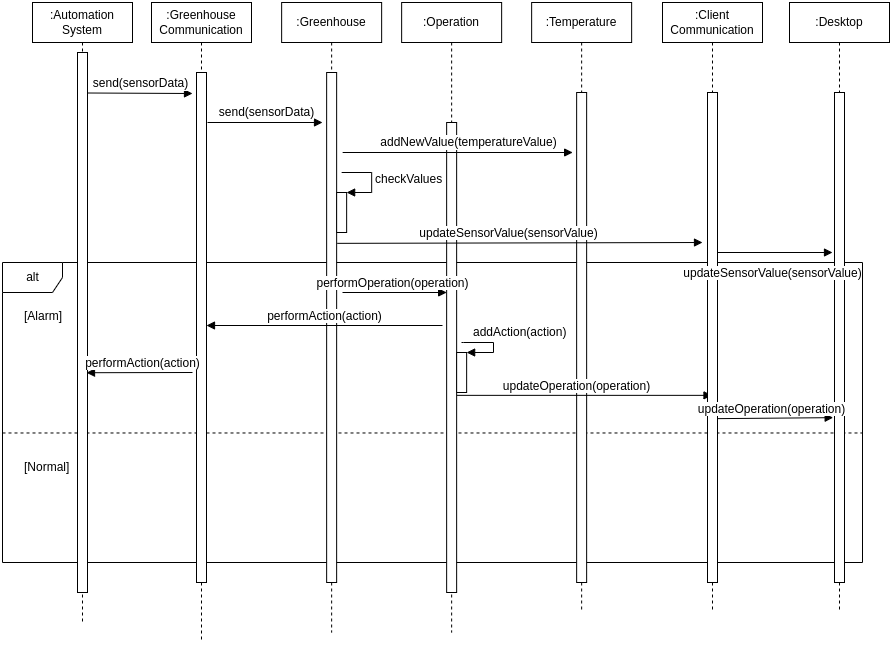
The draw.io diagram docs/design/img/interazioni_automatica.png in SmartGreenhouse-PC/Report, before a commit. Source tidied: cells renumbered, new cells last; positions are measured from the earlier drawing's top-left corner, leaving out a move shared by most shapes.
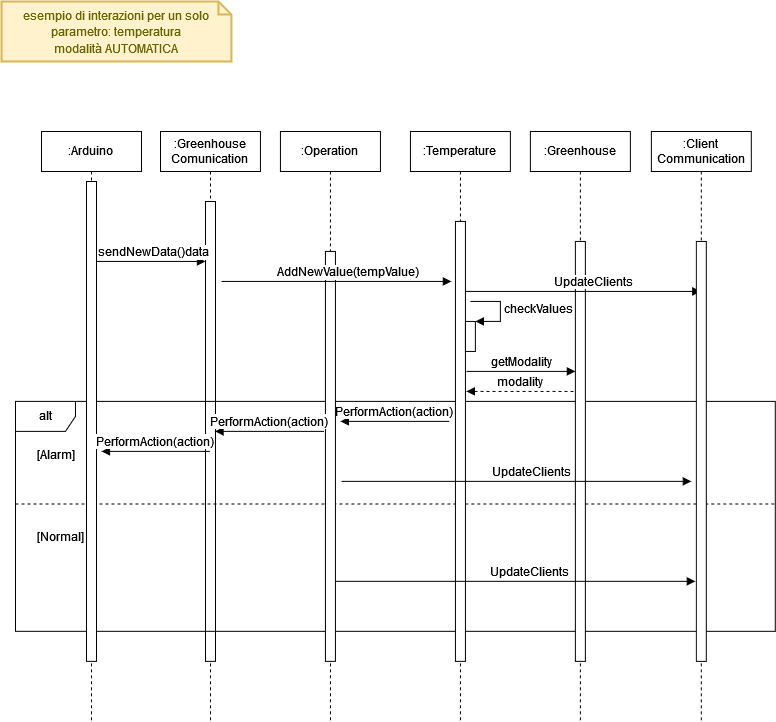
After the commit.

What changed in the source:
```diff
@@ -2,156 +2,133 @@
   <root>
     <mxCell id="0" />
     <mxCell id="1" parent="0" />
-    <mxCell id="2" value="alt" style="shape=umlFrame;tabWidth=110;tabHeight=30;tabPosition=left;html=1;boundedLbl=1;labelInHeader=1;width=60;height=30;fontSize=12;" parent="1" vertex="1">
-      <mxGeometry y="260" width="860" height="300" as="geometry" />
+    <mxCell id="2" value="&lt;div&gt;:Greenhouse&lt;/div&gt;&lt;div&gt;Comunication&lt;/div&gt;" style="shape=umlLifeline;perimeter=lifelinePerimeter;whiteSpace=wrap;html=1;outlineConnect=0;fontSize=12;" parent="1" vertex="1">
+      <mxGeometry x="239" y="-1670" width="100" height="590" as="geometry" />
     </mxCell>
-    <mxCell id="3" value="[Alarm]" style="text;fontSize=12;" parent="2" vertex="1">
-      <mxGeometry width="100" height="20" relative="1" as="geometry">
-        <mxPoint x="20" y="40" as="offset" />
-      </mxGeometry>
+    <mxCell id="3" style="html=1;points=[];perimeter=orthogonalPerimeter;fontSize=12;" parent="2" vertex="1">
+      <mxGeometry x="45" y="70" width="10" height="460" as="geometry" />
     </mxCell>
-    <mxCell id="4" value="[Normal]" style="line;strokeWidth=1;dashed=1;labelPosition=center;verticalLabelPosition=bottom;align=left;verticalAlign=top;spacingLeft=20;spacingTop=15;fontSize=12;" parent="2" vertex="1">
-      <mxGeometry y="164.5" width="860" height="12" as="geometry" />
+    <mxCell id="4" value="alt" style="shape=umlFrame;tabWidth=110;tabHeight=30;tabPosition=left;html=1;boundedLbl=1;labelInHeader=1;width=60;height=30;fontSize=12;" parent="1" vertex="1">
+      <mxGeometry x="94" y="-1400" width="760" height="230" as="geometry" />
     </mxCell>
-    <mxCell id="5" value="addAction(action)" style="edgeStyle=orthogonalEdgeStyle;html=1;align=left;spacingLeft=2;endArrow=block;rounded=0;entryX=1;entryY=0;fontSize=12;" parent="2" edge="1" target="11">
-      <mxGeometry x="-0.76" y="10" relative="1" as="geometry">
-        <mxPoint x="459" y="80" as="sourcePoint" />
-        <Array as="points">
-          <mxPoint x="461" y="80" />
-          <mxPoint x="491" y="80" />
-          <mxPoint x="491" y="90" />
-        </Array>
+    <mxCell id="5" value="[Alarm]" style="text;fontSize=12;" parent="4" vertex="1">
+      <mxGeometry width="100" height="20" relative="1" as="geometry">
+        <mxPoint x="20" y="40" as="offset" />
       </mxGeometry>
     </mxCell>
-    <mxCell id="6" value=":Temperature" style="shape=umlLifeline;perimeter=lifelinePerimeter;whiteSpace=wrap;html=1;fontSize=12;" parent="1" vertex="1">
-      <mxGeometry x="529.1" width="100" height="610" as="geometry" />
+    <mxCell id="6" value="[Normal]" style="line;strokeWidth=1;dashed=1;labelPosition=center;verticalLabelPosition=bottom;align=left;verticalAlign=top;spacingLeft=20;spacingTop=15;fontSize=12;" parent="4" vertex="1">
+      <mxGeometry y="98" width="760" height="9.2" as="geometry" />
     </mxCell>
-    <mxCell id="7" style="html=1;perimeter=orthogonalPerimeter;fontSize=12;" parent="6" vertex="1">
-      <mxGeometry x="45" y="90" width="10" height="490" as="geometry" />
+    <mxCell id="7" value=":Greenhouse" style="shape=umlLifeline;perimeter=lifelinePerimeter;whiteSpace=wrap;html=1;fontSize=12;" parent="1" vertex="1">
+      <mxGeometry x="609" y="-1670" width="100" height="590" as="geometry" />
     </mxCell>
-    <mxCell id="8" value="updateOperation(operation)" style="html=1;verticalAlign=bottom;endArrow=block;rounded=0;fontSize=12;exitX=1.053;exitY=0.335;exitDx=0;exitDy=0;exitPerimeter=0;" parent="6" edge="1">
-      <mxGeometry x="-0.06" relative="1" as="geometry">
-        <mxPoint x="-75" y="392.9" as="sourcePoint" />
-        <mxPoint x="180.4" y="392.9" as="targetPoint" />
-      </mxGeometry>
+    <mxCell id="8" style="html=1;perimeter=orthogonalPerimeter;fontSize=12;" parent="7" vertex="1">
+      <mxGeometry x="45" y="110" width="10" height="420" as="geometry" />
     </mxCell>
-    <mxCell id="9" value=":Operation" style="shape=umlLifeline;perimeter=lifelinePerimeter;whiteSpace=wrap;html=1;fontSize=12;" parent="1" vertex="1">
-      <mxGeometry x="399.1" width="100" height="630" as="geometry" />
+    <mxCell id="9" value="getModality" style="html=1;verticalAlign=bottom;endArrow=none;rounded=0;fontSize=12;startArrow=block;startFill=1;endFill=0;" parent="7" edge="1">
+      <mxGeometry relative="1" as="geometry">
+        <mxPoint x="45" y="240" as="sourcePoint" />
+        <mxPoint x="-64" y="240" as="targetPoint" />
+      </mxGeometry>
     </mxCell>
-    <mxCell id="10" style="html=1;points=[];perimeter=orthogonalPerimeter;fontSize=12;" parent="9" vertex="1">
-      <mxGeometry x="45" y="120" width="10" height="470" as="geometry" />
+    <mxCell id="10" value="modality" style="html=1;verticalAlign=bottom;endArrow=none;rounded=0;fontSize=12;startArrow=block;startFill=1;endFill=0;dashed=1;" parent="7" edge="1">
+      <mxGeometry relative="1" as="geometry">
+        <mxPoint x="-64" y="260" as="sourcePoint" />
+        <mxPoint x="45" y="260" as="targetPoint" />
+      </mxGeometry>
     </mxCell>
-    <mxCell id="11" style="html=1;points=[];perimeter=orthogonalPerimeter;fontSize=12;" parent="9" vertex="1">
-      <mxGeometry x="55" y="350" width="10" height="40" as="geometry" />
+    <mxCell id="11" value=":Arduino" style="shape=umlLifeline;perimeter=lifelinePerimeter;whiteSpace=wrap;html=1;outlineConnect=0;fontSize=12;" parent="1" vertex="1">
+      <mxGeometry x="120" y="-1670" width="100" height="590" as="geometry" />
     </mxCell>
-    <mxCell id="12" value=":Greenhouse" style="shape=umlLifeline;perimeter=lifelinePerimeter;whiteSpace=wrap;html=1;fontSize=12;" parent="1" vertex="1">
-      <mxGeometry x="279.1" width="100" height="630" as="geometry" />
+    <mxCell id="12" style="html=1;perimeter=orthogonalPerimeter;fontSize=12;" parent="11" vertex="1">
+      <mxGeometry x="45" y="50" width="10" height="480" as="geometry" />
     </mxCell>
-    <mxCell id="13" style="html=1;points=[];perimeter=orthogonalPerimeter;fontSize=12;" parent="12" vertex="1">
-      <mxGeometry x="45" y="70" width="10" height="510" as="geometry" />
+    <mxCell id="13" style="html=1;verticalAlign=bottom;labelBackgroundColor=none;endArrow=block;endFill=1;rounded=0;fontSize=12;" parent="11" edge="1" target="3">
+      <mxGeometry relative="1" as="geometry">
+        <mxPoint x="55" y="130" as="sourcePoint" />
+      </mxGeometry>
     </mxCell>
-    <mxCell id="14" style="html=1;points=[];perimeter=orthogonalPerimeter;fontSize=12;" parent="12" vertex="1">
-      <mxGeometry x="55" y="190" width="10" height="40" as="geometry" />
+    <mxCell id="14" value="sendNewData()data" style="edgeLabel;html=1;align=center;verticalAlign=middle;points=[];fontSize=12;" parent="13" vertex="1">
+      <mxGeometry x="0.16" relative="1" as="geometry">
+        <mxPoint x="-8" y="-10" as="offset" />
+      </mxGeometry>
     </mxCell>
-    <mxCell id="15" value="checkValues" style="edgeStyle=orthogonalEdgeStyle;html=1;align=left;spacingLeft=2;endArrow=block;rounded=0;entryX=1;entryY=0;fontSize=12;" parent="12" edge="1" target="14">
+    <mxCell id="15" value="PerformAction(action)" style="html=1;verticalAlign=bottom;endArrow=none;rounded=0;fontSize=12;startArrow=block;startFill=1;endFill=0;" parent="11" edge="1" target="2">
       <mxGeometry relative="1" as="geometry">
-        <mxPoint x="60" y="170" as="sourcePoint" />
-        <Array as="points">
-          <mxPoint x="90" y="170" />
-        </Array>
+        <mxPoint x="60" y="320" as="sourcePoint" />
       </mxGeometry>
     </mxCell>
-    <mxCell id="16" value="&lt;div&gt;:Automation&lt;/div&gt;&lt;div&gt;System&lt;/div&gt;" style="shape=umlLifeline;perimeter=lifelinePerimeter;whiteSpace=wrap;html=1;fontSize=12;" parent="1" vertex="1">
-      <mxGeometry x="30" width="100" height="620" as="geometry" />
+    <mxCell id="16" value=":Temperature" style="shape=umlLifeline;perimeter=lifelinePerimeter;whiteSpace=wrap;html=1;fontSize=12;" parent="1" vertex="1">
+      <mxGeometry x="489" y="-1670" width="100" height="590" as="geometry" />
     </mxCell>
     <mxCell id="17" style="html=1;points=[];perimeter=orthogonalPerimeter;fontSize=12;" parent="16" vertex="1">
-      <mxGeometry x="45" y="50" width="10" height="540" as="geometry" />
+      <mxGeometry x="45" y="90" width="10" height="440" as="geometry" />
     </mxCell>
-    <mxCell id="18" style="html=1;verticalAlign=bottom;labelBackgroundColor=none;endArrow=block;endFill=1;rounded=0;fontSize=12;" parent="1" edge="1">
-      <mxGeometry relative="1" as="geometry">
-        <mxPoint x="340.1" y="150" as="sourcePoint" />
-        <mxPoint x="570.1" y="150" as="targetPoint" />
-      </mxGeometry>
+    <mxCell id="18" style="html=1;points=[];perimeter=orthogonalPerimeter;fontSize=12;" parent="16" vertex="1">
+      <mxGeometry x="55" y="190" width="10" height="30" as="geometry" />
     </mxCell>
-    <mxCell id="19" value="addNewValue(temperatureValue)" style="edgeLabel;html=1;align=center;verticalAlign=middle;fontSize=12;" parent="18" vertex="1">
-      <mxGeometry x="0.16" relative="1" as="geometry">
-        <mxPoint x="-8" y="-10" as="offset" />
+    <mxCell id="19" value="checkValues" style="edgeStyle=orthogonalEdgeStyle;html=1;align=left;spacingLeft=2;endArrow=block;rounded=0;entryX=1;entryY=0;fontSize=12;" parent="16" edge="1" target="18">
+      <mxGeometry relative="1" as="geometry">
+        <mxPoint x="60" y="170" as="sourcePoint" />
+        <Array as="points">
+          <mxPoint x="90" y="170" />
+        </Array>
       </mxGeometry>
     </mxCell>
-    <mxCell id="20" value="&lt;div&gt;:Greenhouse&lt;/div&gt;&lt;div&gt;Communication&lt;br&gt;&lt;/div&gt;" style="shape=umlLifeline;perimeter=lifelinePerimeter;whiteSpace=wrap;html=1;fontSize=12;" parent="1" vertex="1">
-      <mxGeometry x="149" width="100" height="640" as="geometry" />
+    <mxCell id="20" value="PerformAction(action)" style="html=1;verticalAlign=bottom;endArrow=none;rounded=0;fontSize=12;startArrow=block;startFill=1;endFill=0;" parent="16" edge="1">
+      <mxGeometry relative="1" as="geometry">
+        <mxPoint x="-70" y="290" as="sourcePoint" />
+        <mxPoint x="39" y="290" as="targetPoint" />
+      </mxGeometry>
     </mxCell>
-    <mxCell id="21" style="html=1;perimeter=orthogonalPerimeter;fontSize=12;" parent="20" vertex="1">
-      <mxGeometry x="45" y="70" width="10" height="510" as="geometry" />
+    <mxCell id="21" value="UpdateClients" style="html=1;verticalAlign=bottom;endArrow=block;rounded=0;fontSize=12;" parent="16" edge="1" target="29">
+      <mxGeometry x="0.08" relative="1" as="geometry">
+        <mxPoint x="55" y="160" as="sourcePoint" />
+      </mxGeometry>
     </mxCell>
-    <mxCell id="22" style="html=1;verticalAlign=bottom;labelBackgroundColor=none;endArrow=block;endFill=1;rounded=0;fontSize=12;exitX=1;exitY=0.075;exitDx=0;exitDy=0;exitPerimeter=0;" parent="1" edge="1" source="17">
-      <mxGeometry relative="1" as="geometry">
-        <mxPoint x="190" y="91" as="targetPoint" />
-      </mxGeometry>
+    <mxCell id="22" value="&lt;font style=&quot;font-size: 12px;&quot;&gt;esempio di interazioni per un solo parametro: temperatura&lt;br&gt;modalità AUTOMATICA&lt;br&gt;&lt;/font&gt;" style="shape=note;strokeWidth=2;fontSize=14;size=13;whiteSpace=wrap;html=1;fillColor=#fff2cc;strokeColor=#d6b656;fontColor=#666600;" parent="1" vertex="1">
+      <mxGeometry x="80" y="-1800" width="230" height="60" as="geometry" />
     </mxCell>
-    <mxCell id="23" value="send(sensorData)" style="edgeLabel;html=1;align=center;verticalAlign=middle;fontSize=12;" parent="22" vertex="1">
-      <mxGeometry x="0.16" relative="1" as="geometry">
-        <mxPoint x="-8" y="-10" as="offset" />
-      </mxGeometry>
+    <mxCell id="23" value=":Operation" style="shape=umlLifeline;perimeter=lifelinePerimeter;whiteSpace=wrap;html=1;fontSize=12;" parent="1" vertex="1">
+      <mxGeometry x="359" y="-1670" width="100" height="590" as="geometry" />
     </mxCell>
-    <mxCell id="24" style="html=1;verticalAlign=bottom;labelBackgroundColor=none;endArrow=block;endFill=1;rounded=0;fontSize=12;exitX=1;exitY=0.075;exitDx=0;exitDy=0;exitPerimeter=0;" parent="1" edge="1">
-      <mxGeometry relative="1" as="geometry">
-        <mxPoint x="205" y="120" as="sourcePoint" />
-        <mxPoint x="320" y="120" as="targetPoint" />
-      </mxGeometry>
+    <mxCell id="24" style="html=1;perimeter=orthogonalPerimeter;fontSize=12;" parent="23" vertex="1">
+      <mxGeometry x="45" y="120" width="10" height="410" as="geometry" />
     </mxCell>
-    <mxCell id="25" value="send(sensorData)" style="edgeLabel;html=1;align=center;verticalAlign=middle;fontSize=12;" parent="24" vertex="1">
-      <mxGeometry x="0.16" relative="1" as="geometry">
-        <mxPoint x="-8" y="-10" as="offset" />
+    <mxCell id="25" value="PerformAction(action)" style="html=1;verticalAlign=bottom;endArrow=none;rounded=0;fontSize=12;startArrow=block;startFill=1;endFill=0;" parent="23" edge="1">
+      <mxGeometry relative="1" as="geometry">
+        <mxPoint x="-65.4" y="300" as="sourcePoint" />
+        <mxPoint x="43.6" y="300" as="targetPoint" />
       </mxGeometry>
     </mxCell>
-    <mxCell id="26" value="&lt;div&gt;:Client&lt;/div&gt;&lt;div&gt;Communication&lt;br&gt;&lt;/div&gt;" style="shape=umlLifeline;perimeter=lifelinePerimeter;whiteSpace=wrap;html=1;fontSize=12;" parent="1" vertex="1">
-      <mxGeometry x="660" width="100" height="610" as="geometry" />
+    <mxCell id="26" value="UpdateClients" style="html=1;verticalAlign=bottom;endArrow=block;rounded=0;fontSize=12;" parent="23" edge="1">
+      <mxGeometry x="0.08" relative="1" as="geometry">
+        <mxPoint x="55" y="450" as="sourcePoint" />
+        <mxPoint x="415" y="450" as="targetPoint" />
+      </mxGeometry>
     </mxCell>
-    <mxCell id="27" style="html=1;perimeter=orthogonalPerimeter;fontSize=12;" parent="26" vertex="1">
-      <mxGeometry x="45" y="90" width="10" height="490" as="geometry" />
+    <mxCell id="27" style="html=1;verticalAlign=bottom;labelBackgroundColor=none;endArrow=block;endFill=1;rounded=0;fontSize=12;" parent="1" edge="1">
+      <mxGeometry relative="1" as="geometry">
+        <mxPoint x="300" y="-1520" as="sourcePoint" />
+        <mxPoint x="530" y="-1520" as="targetPoint" />
+      </mxGeometry>
     </mxCell>
-    <mxCell id="28" value=":Desktop" style="shape=umlLifeline;perimeter=lifelinePerimeter;whiteSpace=wrap;html=1;fontSize=12;" parent="1" vertex="1">
-      <mxGeometry x="787" width="100" height="610" as="geometry" />
+    <mxCell id="28" value="AddNewValue(tempValue)" style="edgeLabel;html=1;align=center;verticalAlign=middle;fontSize=12;" parent="27" vertex="1">
+      <mxGeometry x="0.16" relative="1" as="geometry">
+        <mxPoint x="-8" y="-10" as="offset" />
+      </mxGeometry>
     </mxCell>
-    <mxCell id="29" style="html=1;points=[];perimeter=orthogonalPerimeter;fontSize=12;" parent="28" vertex="1">
-      <mxGeometry x="45" y="90" width="10" height="490" as="geometry" />
+    <mxCell id="29" value=":Client Communication" style="shape=umlLifeline;perimeter=lifelinePerimeter;whiteSpace=wrap;html=1;outlineConnect=0;fontSize=12;" parent="1" vertex="1">
+      <mxGeometry x="730" y="-1670" width="100" height="590" as="geometry" />
     </mxCell>
-    <mxCell id="30" value="updateSensorValue(sensorValue)" style="html=1;verticalAlign=bottom;endArrow=block;rounded=0;fontSize=12;exitX=0.529;exitY=0.396;exitDx=0;exitDy=0;exitPerimeter=0;" parent="28" edge="1">
-      <mxGeometry x="-0.04" y="-30" relative="1" as="geometry">
-        <mxPoint x="-72" y="250" as="sourcePoint" />
-        <mxPoint x="43" y="250" as="targetPoint" />
-      </mxGeometry>
+    <mxCell id="30" style="html=1;perimeter=orthogonalPerimeter;fontSize=12;" parent="29" vertex="1">
+      <mxGeometry x="45" y="110" width="10" height="420" as="geometry" />
     </mxCell>
-    <mxCell id="31" value="updateSensorValue(sensorValue)" style="html=1;verticalAlign=bottom;endArrow=block;rounded=0;fontSize=12;exitX=1.053;exitY=0.335;exitDx=0;exitDy=0;exitPerimeter=0;" parent="1" edge="1" source="13">
-      <mxGeometry x="-0.06" relative="1" as="geometry">
-        <mxPoint x="700" y="240" as="targetPoint" />
+    <mxCell id="31" value="UpdateClients" style="html=1;verticalAlign=bottom;endArrow=block;rounded=0;fontSize=12;" parent="1" edge="1">
+      <mxGeometry x="0.08" relative="1" as="geometry">
+        <mxPoint x="420" y="-1320" as="sourcePoint" />
+        <mxPoint x="770" y="-1320" as="targetPoint" />
       </mxGeometry>
     </mxCell>
-    <mxCell id="32" value="updateOperation(operation)" style="html=1;verticalAlign=bottom;endArrow=block;rounded=0;fontSize=12;exitX=1.033;exitY=0.637;exitDx=0;exitDy=0;exitPerimeter=0;entryX=-0.133;entryY=0.635;entryDx=0;entryDy=0;entryPerimeter=0;" parent="1" edge="1">
-      <mxGeometry x="-0.06" relative="1" as="geometry">
-        <mxPoint x="715.3" y="416.1" as="sourcePoint" />
-        <mxPoint x="830.7" y="415.2" as="targetPoint" />
-      </mxGeometry>
-    </mxCell>
-    <mxCell id="33" value="performOperation(operation)" style="html=1;verticalAlign=bottom;endArrow=block;rounded=0;fontSize=12;" parent="1" edge="1" target="10">
-      <mxGeometry x="-0.04" relative="1" as="geometry">
-        <mxPoint x="340" y="290" as="sourcePoint" />
-        <Array as="points">
-          <mxPoint x="440" y="290" />
-        </Array>
-      </mxGeometry>
-    </mxCell>
-    <mxCell id="34" value="performAction(action)" style="html=1;verticalAlign=bottom;endArrow=none;rounded=0;fontSize=12;startArrow=block;startFill=1;endFill=0;" parent="1" edge="1">
-      <mxGeometry relative="1" as="geometry">
-        <mxPoint x="204" y="323" as="sourcePoint" />
-        <mxPoint x="440" y="323" as="targetPoint" />
-      </mxGeometry>
-    </mxCell>
-    <mxCell id="35" value="&lt;span style=&quot;background-color: rgb(255, 255, 255);&quot;&gt;performAction(action)&lt;/span&gt;" style="html=1;verticalAlign=bottom;endArrow=none;rounded=0;fontSize=12;startArrow=block;startFill=1;endFill=0;exitX=0.9;exitY=0.593;exitDx=0;exitDy=0;exitPerimeter=0;" parent="1" edge="1" source="17">
-      <mxGeometry x="0.06" relative="1" as="geometry">
-        <mxPoint x="190" y="370" as="targetPoint" />
-      </mxGeometry>
-    </mxCell>
   </root>
 </mxGraphModel>
```
